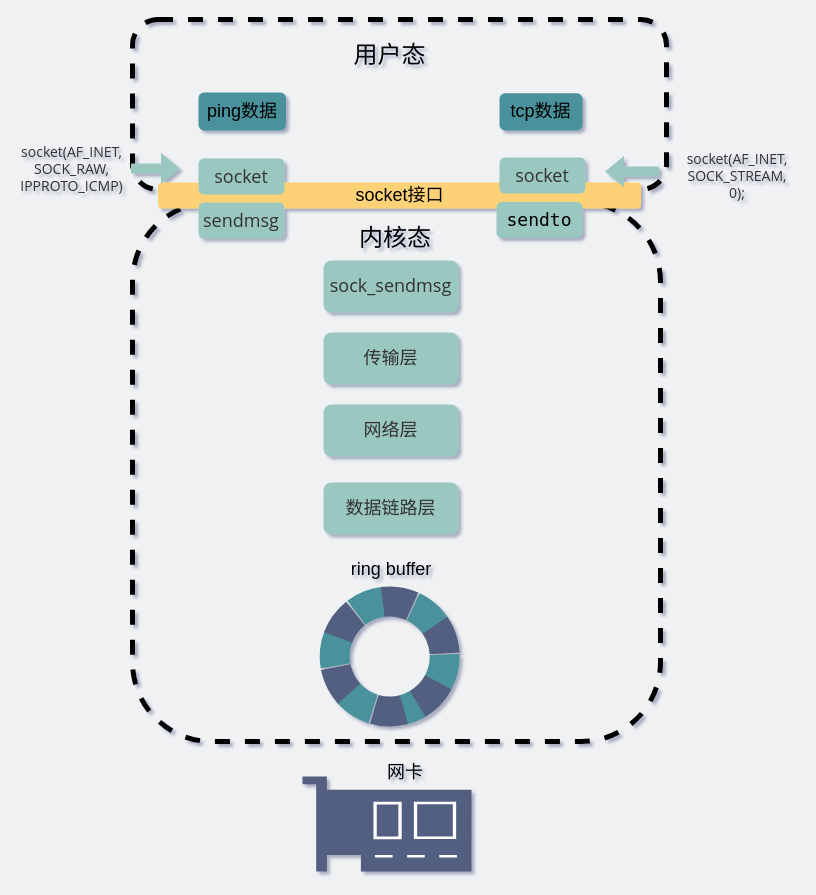
Before: network/ping和普通发消息的关系.drawio in xiaobaiTech/image, a draw.io diagram. Source tidied: cells renumbered, new cells numbered last; positions are measured from the earlier drawing's top-left corner, leaving out a move shared by most shapes. Both pictures are drawn from the tidied source at 100%, with x=0, y=0 at pixel (17, 19).
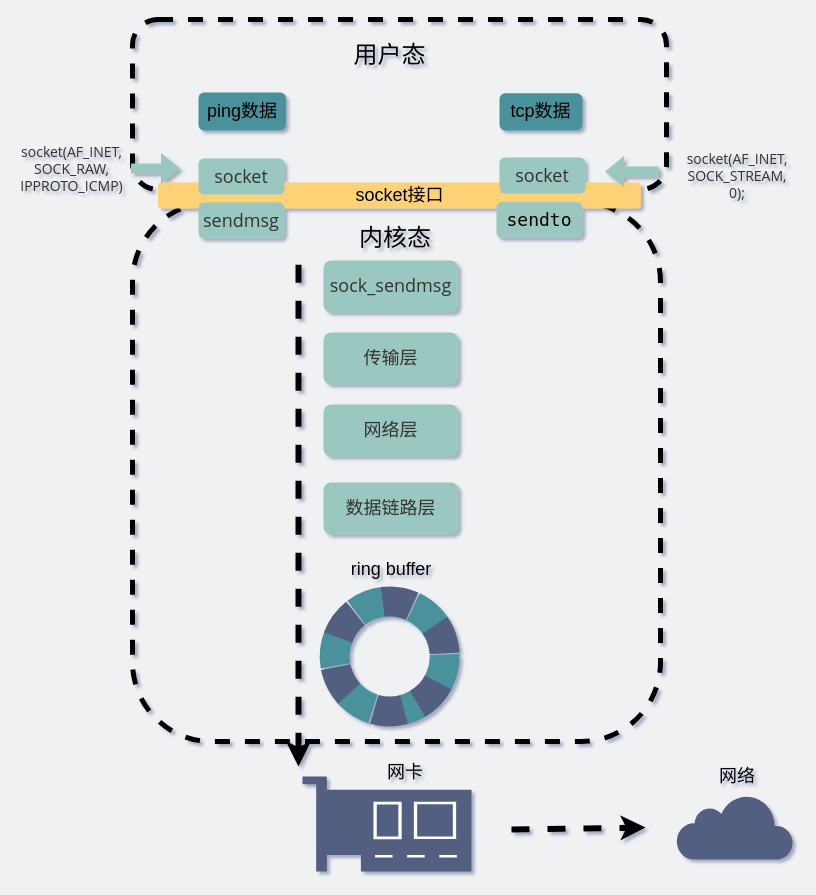
The same page after the edit.

Commit message:
Update ping和普通发消息的关系.drawio

Change to the diagram source:
```diff
@@
+    <mxCell id="26" style="endArrow=none;dashed=1;html=1;labelBackgroundColor=none;fontSize=18;fontColor=#9AC7BF;fillColor=#9AC7BF;startArrow=classic;startFill=1;strokeWidth=6;" parent="1" edge="1">
+      <mxGeometry relative="1" as="geometry">
+        <mxPoint x="281" y="747" as="sourcePoint" />
+        <mxPoint x="281" y="243" as="targetPoint" />
+      </mxGeometry>
+    </mxCell>
+    <mxCell id="27" style="endArrow=classic;dashed=1;html=1;labelBackgroundColor=none;fontSize=18;fontColor=#9AC7BF;strokeWidth=6;fillColor=#9AC7BF;endFill=1;" parent="1" edge="1">
+      <mxGeometry relative="1" as="geometry">
+        <mxPoint x="494" y="810" as="sourcePoint" />
+        <mxPoint x="628" y="808" as="targetPoint" />
+      </mxGeometry>
+    </mxCell>
+    <mxCell id="28" style="html=1;gradientColor=none;gradientDirection=north;strokeWidth=2;shape=mxgraph.networks.cloud;fontColor=#ffffff;dashed=1;dashPattern=1 1;labelBackgroundColor=none;fontSize=18;strokeColor=none;fillColor=#535E80;" parent="1" vertex="1">
+      <mxGeometry x="659" y="775" width="117" height="65" as="geometry" />
+    </mxCell>
+    <mxCell id="29" value="网络" style="text;html=1;strokeColor=none;fillColor=none;align=center;verticalAlign=middle;whiteSpace=wrap;rounded=0;dashed=1;dashPattern=1 1;fontSize=18;" parent="1" vertex="1">
+      <mxGeometry x="667" y="745" width="106" height="24" as="geometry" />
+    </mxCell>
```
